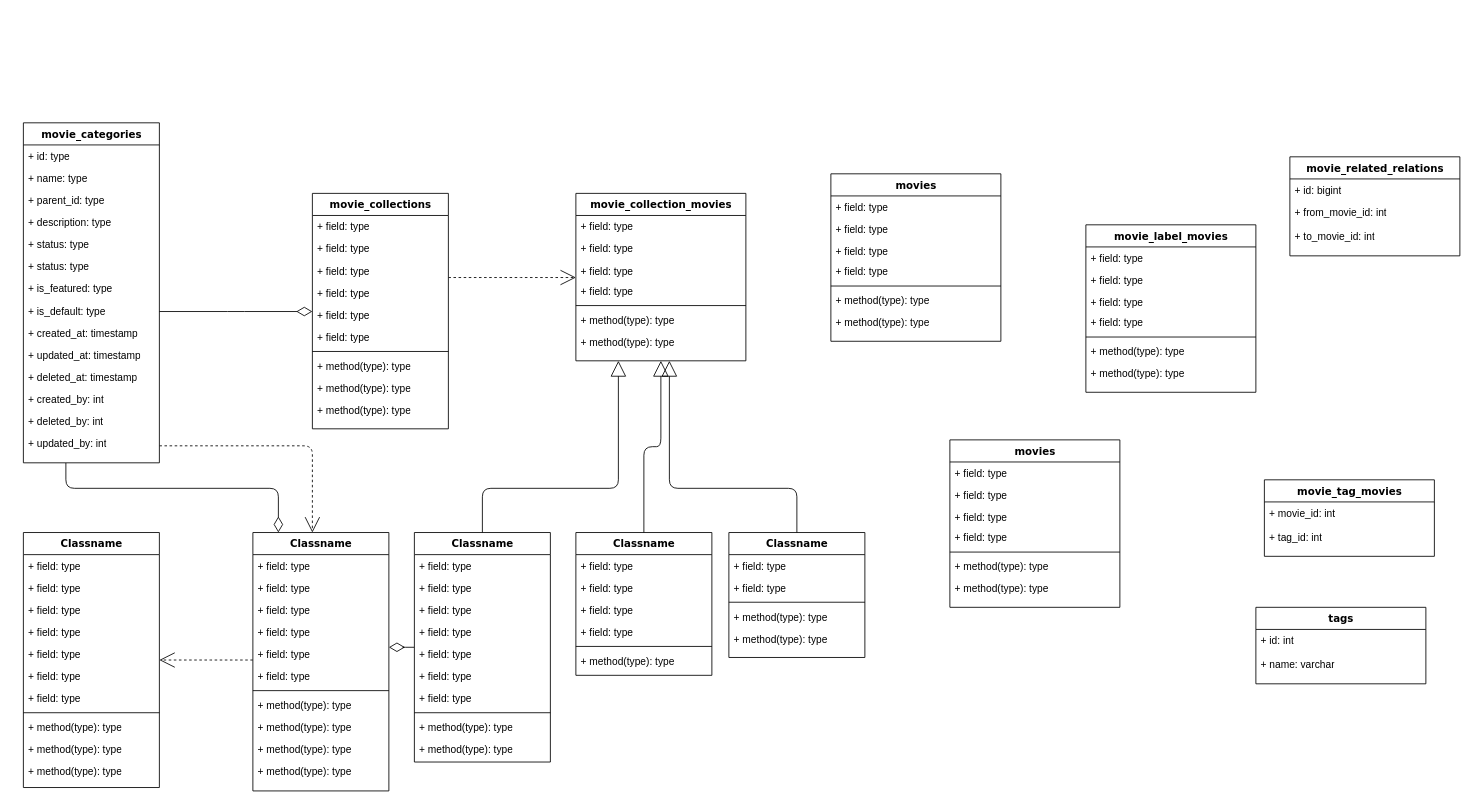
This is 3FG.drawio from liuqirc/roeun-chamnab-rc, a draw.io file, before an edit. Source tidied: cells renumbered, new cells numbered last; positions are measured from the earlier drawing's top-left corner, leaving out a move shared by most shapes. Both pictures are drawn from the tidied source at 85%, with x=0, y=0 at pixel (23, 122).
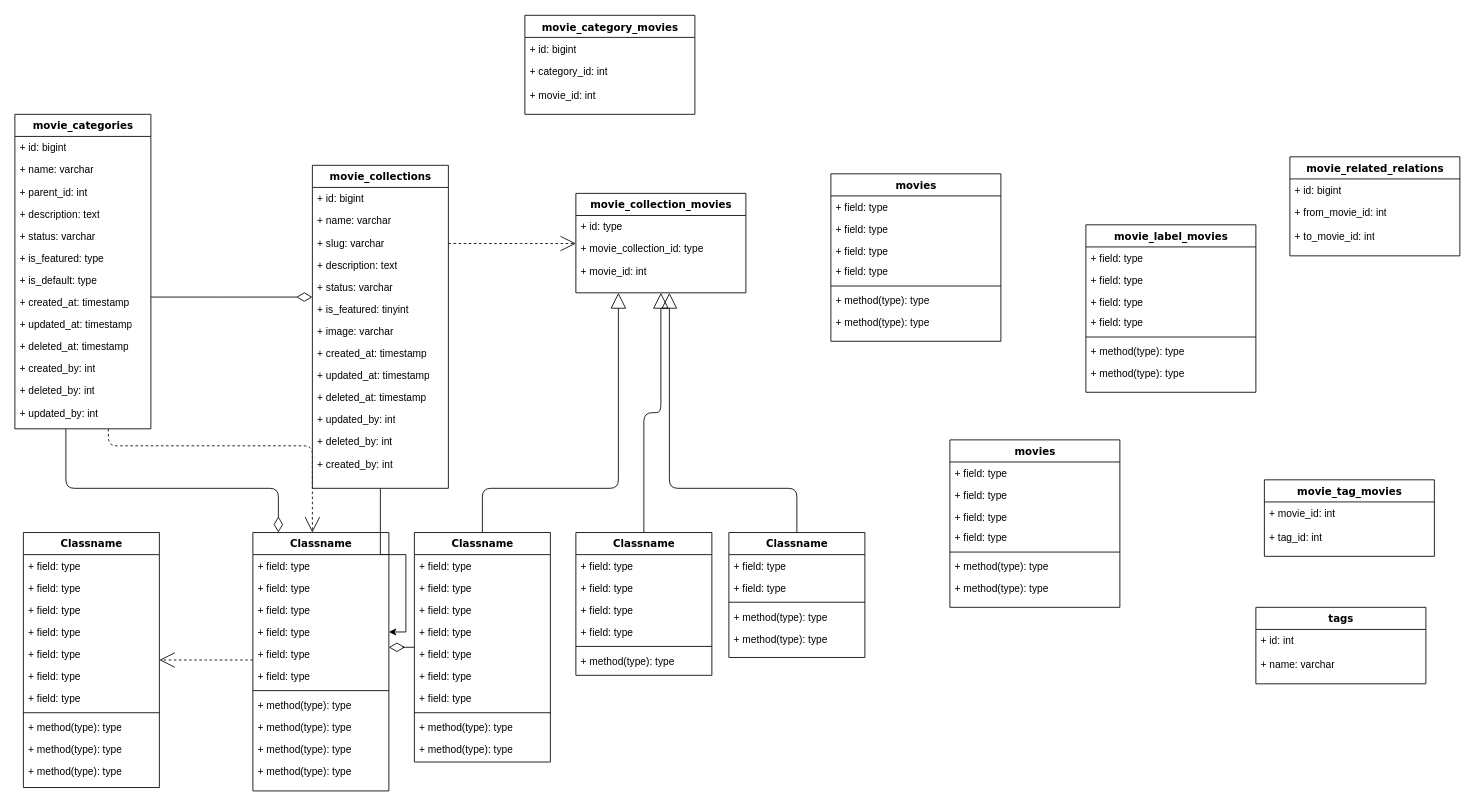
The same diagram, later.

Unchanged cells that the change refers to:
```xml
<mxCell id="57" value="+ field: type" style="text;html=1;strokeColor=none;fillColor=none;align=left;verticalAlign=top;spacingLeft=4;spacingRight=4;whiteSpace=wrap;overflow=hidden;points=[[0,0.5],[1,0.5]];portConstraint=eastwest;" parent="53" vertex="1">
  <mxGeometry y="104" width="160" height="26" as="geometry" />
</mxCell>
```

The edit, as a diff of the source:
```diff
@@
     <mxCell id="4" value="movie_categories" style="swimlane;html=1;fontStyle=1;align=center;verticalAlign=top;horizontal=1;startSize=26;swimlaneFillColor=#ffffff;rounded=0;shadow=0;comic=0;labelBackgroundColor=none;strokeWidth=1;fillColor=none;fontFamily=Verdana;fontSize=12;" parent="1" vertex="1">
-      <mxGeometry width="160" height="400" as="geometry" />
+      <mxGeometry x="-10" y="-10" width="160" height="370" as="geometry" />
     </mxCell>
-    <mxCell id="5" value="+ id: type" style="text;html=1;strokeColor=none;fillColor=none;align=left;verticalAlign=top;spacingLeft=4;spacingRight=4;whiteSpace=wrap;overflow=hidden;" parent="4" vertex="1">
+    <mxCell id="5" value="+ id: bigint" style="text;html=1;strokeColor=none;fillColor=none;align=left;verticalAlign=top;spacingLeft=4;spacingRight=4;whiteSpace=wrap;overflow=hidden;" parent="4" vertex="1">
       <mxGeometry y="26" width="160" height="26" as="geometry" />
     </mxCell>
-    <mxCell id="6" value="+ name: type" style="text;html=1;strokeColor=none;fillColor=none;align=left;verticalAlign=top;spacingLeft=4;spacingRight=4;whiteSpace=wrap;overflow=hidden;" parent="4" vertex="1">
+    <mxCell id="6" value="+ name: varchar" style="text;html=1;strokeColor=none;fillColor=none;align=left;verticalAlign=top;spacingLeft=4;spacingRight=4;whiteSpace=wrap;overflow=hidden;" parent="4" vertex="1">
       <mxGeometry y="52" width="160" height="26" as="geometry" />
     </mxCell>
-    <mxCell id="7" value="+ parent_id: type" style="text;html=1;strokeColor=none;fillColor=none;align=left;verticalAlign=top;spacingLeft=4;spacingRight=4;whiteSpace=wrap;overflow=hidden;" parent="4" vertex="1">
+    <mxCell id="7" value="+ parent_id: int" style="text;html=1;strokeColor=none;fillColor=none;align=left;verticalAlign=top;spacingLeft=4;spacingRight=4;whiteSpace=wrap;overflow=hidden;" parent="4" vertex="1">
       <mxGeometry y="78" width="160" height="26" as="geometry" />
     </mxCell>
-    <mxCell id="8" value="+ description: type" style="text;html=1;strokeColor=none;fillColor=none;align=left;verticalAlign=top;spacingLeft=4;spacingRight=4;whiteSpace=wrap;overflow=hidden;" parent="4" vertex="1">
+    <mxCell id="8" value="+ description: text" style="text;html=1;strokeColor=none;fillColor=none;align=left;verticalAlign=top;spacingLeft=4;spacingRight=4;whiteSpace=wrap;overflow=hidden;" parent="4" vertex="1">
       <mxGeometry y="104" width="160" height="26" as="geometry" />
     </mxCell>
-    <mxCell id="9" value="+ status: type" style="text;html=1;strokeColor=none;fillColor=none;align=left;verticalAlign=top;spacingLeft=4;spacingRight=4;whiteSpace=wrap;overflow=hidden;" parent="4" vertex="1">
+    <mxCell id="9" value="+ status: varchar" style="text;html=1;strokeColor=none;fillColor=none;align=left;verticalAlign=top;spacingLeft=4;spacingRight=4;whiteSpace=wrap;overflow=hidden;" parent="4" vertex="1">
       <mxGeometry y="130" width="160" height="26" as="geometry" />
     </mxCell>
-    <mxCell id="10" value="+ status: type" style="text;html=1;strokeColor=none;fillColor=none;align=left;verticalAlign=top;spacingLeft=4;spacingRight=4;whiteSpace=wrap;overflow=hidden;" parent="4" vertex="1">
-      <mxGeometry y="156" width="160" height="26" as="geometry" />
-    </mxCell>
     <mxCell id="11" value="+ is_featured: type" style="text;html=1;strokeColor=none;fillColor=none;align=left;verticalAlign=top;spacingLeft=4;spacingRight=4;whiteSpace=wrap;overflow=hidden;" parent="4" vertex="1">
-      <mxGeometry y="182" width="160" height="26" as="geometry" />
+      <mxGeometry y="156" width="160" height="26" as="geometry" />
     </mxCell>
     <mxCell id="12" value="+ is_default: type" style="text;html=1;strokeColor=none;fillColor=none;align=left;verticalAlign=top;spacingLeft=4;spacingRight=4;whiteSpace=wrap;overflow=hidden;" parent="4" vertex="1">
-      <mxGeometry y="208" width="160" height="26" as="geometry" />
+      <mxGeometry y="182" width="160" height="26" as="geometry" />
     </mxCell>
     <mxCell id="13" value="+ created_at: timestamp" style="text;html=1;strokeColor=none;fillColor=none;align=left;verticalAlign=top;spacingLeft=4;spacingRight=4;whiteSpace=wrap;overflow=hidden;" parent="4" vertex="1">
-      <mxGeometry y="234" width="160" height="26" as="geometry" />
+      <mxGeometry y="208" width="160" height="26" as="geometry" />
     </mxCell>
     <mxCell id="14" value="+ updated_at: timestamp" style="text;html=1;strokeColor=none;fillColor=none;align=left;verticalAlign=top;spacingLeft=4;spacingRight=4;whiteSpace=wrap;overflow=hidden;" parent="4" vertex="1">
-      <mxGeometry y="260" width="160" height="26" as="geometry" />
+      <mxGeometry y="234" width="160" height="26" as="geometry" />
     </mxCell>
     <mxCell id="15" value="+ deleted_at: timestamp" style="text;html=1;strokeColor=none;fillColor=none;align=left;verticalAlign=top;spacingLeft=4;spacingRight=4;whiteSpace=wrap;overflow=hidden;" parent="4" vertex="1">
-      <mxGeometry y="286" width="160" height="26" as="geometry" />
+      <mxGeometry y="260" width="160" height="26" as="geometry" />
     </mxCell>
     <mxCell id="16" value="+ created_by: int" style="text;html=1;strokeColor=none;fillColor=none;align=left;verticalAlign=top;spacingLeft=4;spacingRight=4;whiteSpace=wrap;overflow=hidden;" parent="4" vertex="1">
-      <mxGeometry y="312" width="160" height="26" as="geometry" />
+      <mxGeometry y="286" width="160" height="26" as="geometry" />
     </mxCell>
     <mxCell id="17" value="+ deleted_by: int" style="text;html=1;strokeColor=none;fillColor=none;align=left;verticalAlign=top;spacingLeft=4;spacingRight=4;whiteSpace=wrap;overflow=hidden;" parent="4" vertex="1">
-      <mxGeometry y="338" width="160" height="26" as="geometry" />
+      <mxGeometry y="312" width="160" height="26" as="geometry" />
     </mxCell>
     <mxCell id="18" value="+ updated_by: int" style="text;html=1;strokeColor=none;fillColor=none;align=left;verticalAlign=top;spacingLeft=4;spacingRight=4;whiteSpace=wrap;overflow=hidden;" parent="4" vertex="1">
-      <mxGeometry y="364" width="160" height="26" as="geometry" />
+      <mxGeometry y="338" width="160" height="26" as="geometry" />
     </mxCell>
@@
+    <mxCell id="127" style="edgeStyle=orthogonalEdgeStyle;rounded=0;jettySize=auto;html=1;" parent="1" edge="1" source="20" target="57">
+      <mxGeometry relative="1" as="geometry" />
+    </mxCell>
     <mxCell id="20" value="movie_collections" style="swimlane;html=1;fontStyle=1;align=center;verticalAlign=top;horizontal=1;startSize=26;swimlaneFillColor=#ffffff;rounded=0;shadow=0;comic=0;labelBackgroundColor=none;strokeWidth=1;fillColor=none;fontFamily=Verdana;fontSize=12;" parent="1" vertex="1">
-      <mxGeometry x="340" y="83" width="160" height="277" as="geometry" />
+      <mxGeometry x="340" y="50" width="160" height="380" as="geometry" />
     </mxCell>
-    <mxCell id="21" value="+ field: type" style="text;html=1;strokeColor=none;fillColor=none;align=left;verticalAlign=top;spacingLeft=4;spacingRight=4;whiteSpace=wrap;overflow=hidden;" parent="20" vertex="1">
+    <mxCell id="21" value="+ id: bigint" style="text;html=1;strokeColor=none;fillColor=none;align=left;verticalAlign=top;spacingLeft=4;spacingRight=4;whiteSpace=wrap;overflow=hidden;" parent="20" vertex="1">
       <mxGeometry y="26" width="160" height="26" as="geometry" />
     </mxCell>
-    <mxCell id="22" value="+ field: type" style="text;html=1;strokeColor=none;fillColor=none;align=left;verticalAlign=top;spacingLeft=4;spacingRight=4;whiteSpace=wrap;overflow=hidden;" parent="20" vertex="1">
+    <mxCell id="22" value="+ name: varchar" style="text;html=1;strokeColor=none;fillColor=none;align=left;verticalAlign=top;spacingLeft=4;spacingRight=4;whiteSpace=wrap;overflow=hidden;" parent="20" vertex="1">
       <mxGeometry y="52" width="160" height="26" as="geometry" />
     </mxCell>
-    <mxCell id="23" value="+ field: type" style="text;html=1;strokeColor=none;fillColor=none;align=left;verticalAlign=top;spacingLeft=4;spacingRight=4;whiteSpace=wrap;overflow=hidden;" parent="20" vertex="1">
+    <mxCell id="23" value="+ slug: varchar" style="text;html=1;strokeColor=none;fillColor=none;align=left;verticalAlign=top;spacingLeft=4;spacingRight=4;whiteSpace=wrap;overflow=hidden;" parent="20" vertex="1">
       <mxGeometry y="78" width="160" height="26" as="geometry" />
     </mxCell>
-    <mxCell id="24" value="+ field: type" style="text;html=1;strokeColor=none;fillColor=none;align=left;verticalAlign=top;spacingLeft=4;spacingRight=4;whiteSpace=wrap;overflow=hidden;" parent="20" vertex="1">
+    <mxCell id="24" value="+ description: text" style="text;html=1;strokeColor=none;fillColor=none;align=left;verticalAlign=top;spacingLeft=4;spacingRight=4;whiteSpace=wrap;overflow=hidden;" parent="20" vertex="1">
       <mxGeometry y="104" width="160" height="26" as="geometry" />
     </mxCell>
-    <mxCell id="25" value="+ field: type" style="text;html=1;strokeColor=none;fillColor=none;align=left;verticalAlign=top;spacingLeft=4;spacingRight=4;whiteSpace=wrap;overflow=hidden;" parent="20" vertex="1">
+    <mxCell id="25" value="+ status: varchar" style="text;html=1;strokeColor=none;fillColor=none;align=left;verticalAlign=top;spacingLeft=4;spacingRight=4;whiteSpace=wrap;overflow=hidden;" parent="20" vertex="1">
       <mxGeometry y="130" width="160" height="26" as="geometry" />
     </mxCell>
-    <mxCell id="26" value="+ field: type" style="text;html=1;strokeColor=none;fillColor=none;align=left;verticalAlign=top;spacingLeft=4;spacingRight=4;whiteSpace=wrap;overflow=hidden;" parent="20" vertex="1">
+    <mxCell id="26" value="+ is_featured: tinyint" style="text;html=1;strokeColor=none;fillColor=none;align=left;verticalAlign=top;spacingLeft=4;spacingRight=4;whiteSpace=wrap;overflow=hidden;" parent="20" vertex="1">
       <mxGeometry y="156" width="160" height="26" as="geometry" />
     </mxCell>
-    <mxCell id="27" style="line;html=1;strokeWidth=1;fillColor=none;align=left;verticalAlign=middle;spacingTop=-1;spacingLeft=3;spacingRight=3;labelPosition=right;" parent="20" vertex="1">
-      <mxGeometry y="182" width="160" height="8" as="geometry" />
-    </mxCell>
-    <mxCell id="28" value="+ method(type): type" style="text;html=1;strokeColor=none;fillColor=none;align=left;verticalAlign=top;spacingLeft=4;spacingRight=4;whiteSpace=wrap;overflow=hidden;" parent="20" vertex="1">
-      <mxGeometry y="190" width="160" height="26" as="geometry" />
-    </mxCell>
-    <mxCell id="29" value="+ method(type): type" style="text;html=1;strokeColor=none;fillColor=none;align=left;verticalAlign=top;spacingLeft=4;spacingRight=4;whiteSpace=wrap;overflow=hidden;" parent="20" vertex="1">
-      <mxGeometry y="216" width="160" height="26" as="geometry" />
-    </mxCell>
-    <mxCell id="30" value="+ method(type): type" style="text;html=1;strokeColor=none;fillColor=none;align=left;verticalAlign=top;spacingLeft=4;spacingRight=4;whiteSpace=wrap;overflow=hidden;" parent="20" vertex="1">
-      <mxGeometry y="242" width="160" height="26" as="geometry" />
-    </mxCell>
+    <mxCell id="128" value="+ image: varchar" style="text;html=1;strokeColor=none;fillColor=none;align=left;verticalAlign=top;spacingLeft=4;spacingRight=4;whiteSpace=wrap;overflow=hidden;" parent="20" vertex="1">
+      <mxGeometry y="182" width="160" height="26" as="geometry" />
+    </mxCell>
+    <mxCell id="129" value="+ created_at: timestamp" style="text;html=1;strokeColor=none;fillColor=none;align=left;verticalAlign=top;spacingLeft=4;spacingRight=4;whiteSpace=wrap;overflow=hidden;" parent="20" vertex="1">
+      <mxGeometry y="208" width="160" height="26" as="geometry" />
+    </mxCell>
+    <mxCell id="130" value="+ updated_at: timestamp" style="text;html=1;strokeColor=none;fillColor=none;align=left;verticalAlign=top;spacingLeft=4;spacingRight=4;whiteSpace=wrap;overflow=hidden;" parent="20" vertex="1">
+      <mxGeometry y="234" width="160" height="26" as="geometry" />
+    </mxCell>
+    <mxCell id="131" value="+ deleted_at: timestamp" style="text;html=1;strokeColor=none;fillColor=none;align=left;verticalAlign=top;spacingLeft=4;spacingRight=4;whiteSpace=wrap;overflow=hidden;" parent="20" vertex="1">
+      <mxGeometry y="260" width="160" height="26" as="geometry" />
+    </mxCell>
+    <mxCell id="132" value="+ updated_by: int" style="text;html=1;strokeColor=none;fillColor=none;align=left;verticalAlign=top;spacingLeft=4;spacingRight=4;whiteSpace=wrap;overflow=hidden;" parent="20" vertex="1">
+      <mxGeometry y="286" width="160" height="26" as="geometry" />
+    </mxCell>
+    <mxCell id="133" value="+ deleted_by: int" style="text;html=1;strokeColor=none;fillColor=none;align=left;verticalAlign=top;spacingLeft=4;spacingRight=4;whiteSpace=wrap;overflow=hidden;" parent="20" vertex="1">
+      <mxGeometry y="312" width="160" height="26" as="geometry" />
+    </mxCell>
+    <mxCell id="134" value="+ created_by: int" style="text;html=1;strokeColor=none;fillColor=none;align=left;verticalAlign=top;spacingLeft=4;spacingRight=4;whiteSpace=wrap;overflow=hidden;" parent="20" vertex="1">
+      <mxGeometry y="338" width="160" height="26" as="geometry" />
+    </mxCell>
     <mxCell id="31" value="movie_collection_movies" style="swimlane;html=1;fontStyle=1;align=center;verticalAlign=top;horizontal=1;startSize=26;swimlaneFillColor=#ffffff;rounded=0;shadow=0;comic=0;labelBackgroundColor=none;strokeWidth=1;fillColor=none;fontFamily=Verdana;fontSize=12;" parent="1" vertex="1">
-      <mxGeometry x="650" y="83" width="200" height="197" as="geometry" />
+      <mxGeometry x="650" y="83" width="200" height="117" as="geometry" />
     </mxCell>
-    <mxCell id="32" value="+ field: type" style="text;html=1;strokeColor=none;fillColor=none;align=left;verticalAlign=top;spacingLeft=4;spacingRight=4;whiteSpace=wrap;overflow=hidden;" parent="31" vertex="1">
+    <mxCell id="32" value="+ id: type" style="text;html=1;strokeColor=none;fillColor=none;align=left;verticalAlign=top;spacingLeft=4;spacingRight=4;whiteSpace=wrap;overflow=hidden;" parent="31" vertex="1">
       <mxGeometry y="26" width="200" height="26" as="geometry" />
     </mxCell>
-    <mxCell id="33" value="+ field: type" style="text;html=1;strokeColor=none;fillColor=none;align=left;verticalAlign=top;spacingLeft=4;spacingRight=4;whiteSpace=wrap;overflow=hidden;" parent="31" vertex="1">
+    <mxCell id="33" value="+ movie_collection_id: type" style="text;html=1;strokeColor=none;fillColor=none;align=left;verticalAlign=top;spacingLeft=4;spacingRight=4;whiteSpace=wrap;overflow=hidden;" parent="31" vertex="1">
       <mxGeometry y="52" width="200" height="26" as="geometry" />
     </mxCell>
-    <mxCell id="34" value="+ field: type" style="text;html=1;strokeColor=none;fillColor=none;align=left;verticalAlign=top;spacingLeft=4;spacingRight=4;whiteSpace=wrap;overflow=hidden;" parent="31" vertex="1">
+    <mxCell id="34" value="+ movie_id: int" style="text;html=1;strokeColor=none;fillColor=none;align=left;verticalAlign=top;spacingLeft=4;spacingRight=4;whiteSpace=wrap;overflow=hidden;" parent="31" vertex="1">
       <mxGeometry y="78" width="200" height="24" as="geometry" />
     </mxCell>
-    <mxCell id="35" value="+ field: type" style="text;html=1;strokeColor=none;fillColor=none;align=left;verticalAlign=top;spacingLeft=4;spacingRight=4;whiteSpace=wrap;overflow=hidden;" parent="31" vertex="1">
-      <mxGeometry y="102" width="200" height="26" as="geometry" />
-    </mxCell>
-    <mxCell id="36" style="line;html=1;strokeWidth=1;fillColor=none;align=left;verticalAlign=middle;spacingTop=-1;spacingLeft=3;spacingRight=3;labelPosition=right;" parent="31" vertex="1">
-      <mxGeometry y="128" width="200" height="8" as="geometry" />
-    </mxCell>
-    <mxCell id="37" value="+ method(type): type" style="text;html=1;strokeColor=none;fillColor=none;align=left;verticalAlign=top;spacingLeft=4;spacingRight=4;whiteSpace=wrap;overflow=hidden;" parent="31" vertex="1">
-      <mxGeometry y="136" width="200" height="26" as="geometry" />
-    </mxCell>
-    <mxCell id="38" value="+ method(type): type" style="text;html=1;strokeColor=none;fillColor=none;align=left;verticalAlign=top;spacingLeft=4;spacingRight=4;whiteSpace=wrap;overflow=hidden;" parent="31" vertex="1">
-      <mxGeometry y="162" width="200" height="26" as="geometry" />
-    </mxCell>
@@
+    <mxCell id="135" value="movie_category_movies" style="swimlane;html=1;fontStyle=1;align=center;verticalAlign=top;horizontal=1;startSize=26;swimlaneFillColor=#ffffff;rounded=0;shadow=0;comic=0;labelBackgroundColor=none;strokeWidth=1;fillColor=none;fontFamily=Verdana;fontSize=12;" parent="1" vertex="1">
+      <mxGeometry x="590" y="-126.5" width="200" height="116.5" as="geometry" />
+    </mxCell>
+    <mxCell id="136" value="+ id: bigint" style="text;html=1;strokeColor=none;fillColor=none;align=left;verticalAlign=top;spacingLeft=4;spacingRight=4;whiteSpace=wrap;overflow=hidden;" parent="135" vertex="1">
+      <mxGeometry y="26" width="200" height="26" as="geometry" />
+    </mxCell>
+    <mxCell id="137" value="+ category_id: int" style="text;html=1;strokeColor=none;fillColor=none;align=left;verticalAlign=top;spacingLeft=4;spacingRight=4;whiteSpace=wrap;overflow=hidden;" parent="135" vertex="1">
+      <mxGeometry y="52" width="200" height="28" as="geometry" />
+    </mxCell>
+    <mxCell id="138" value="+ movie_id: int" style="text;html=1;strokeColor=none;fillColor=none;align=left;verticalAlign=top;spacingLeft=4;spacingRight=4;whiteSpace=wrap;overflow=hidden;" parent="135" vertex="1">
+      <mxGeometry y="80" width="200" height="24" as="geometry" />
+    </mxCell>
```
